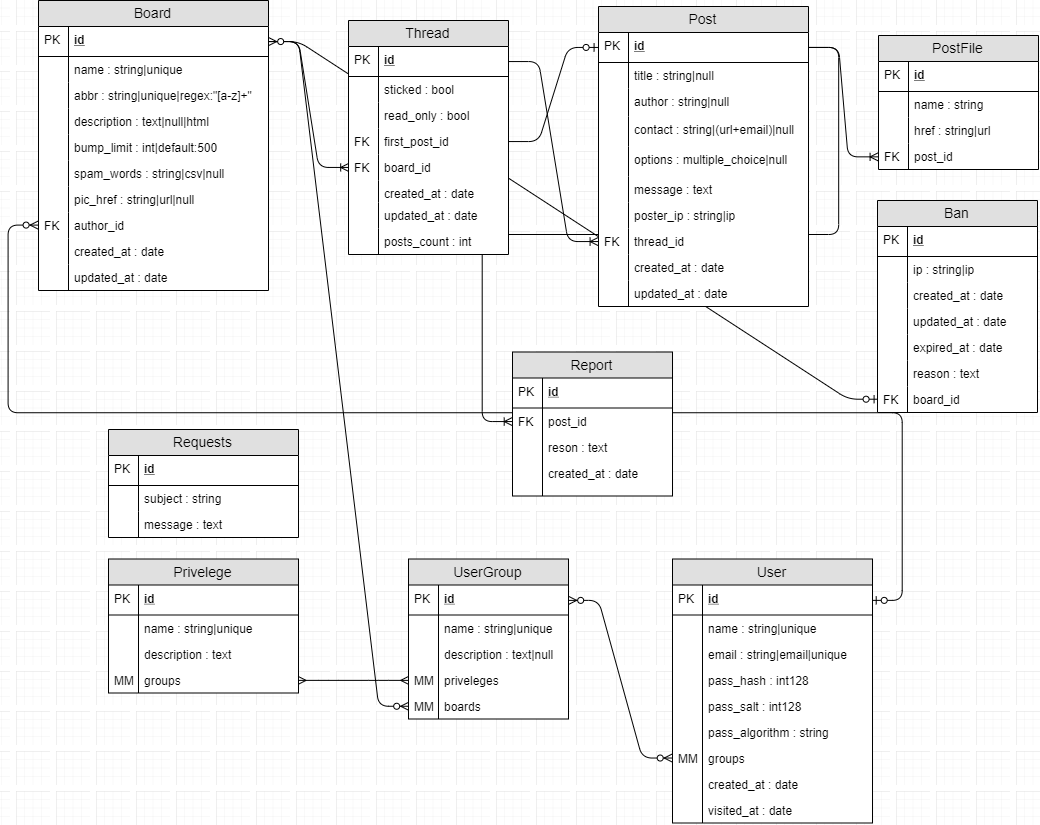
Above: Imageboard-models.png in Lebed-kun/imageboard (draw.io), before the change. Source tidied: cells renumbered, new cells last; positions are measured from the earlier drawing's top-left corner, leaving out a move shared by most shapes.
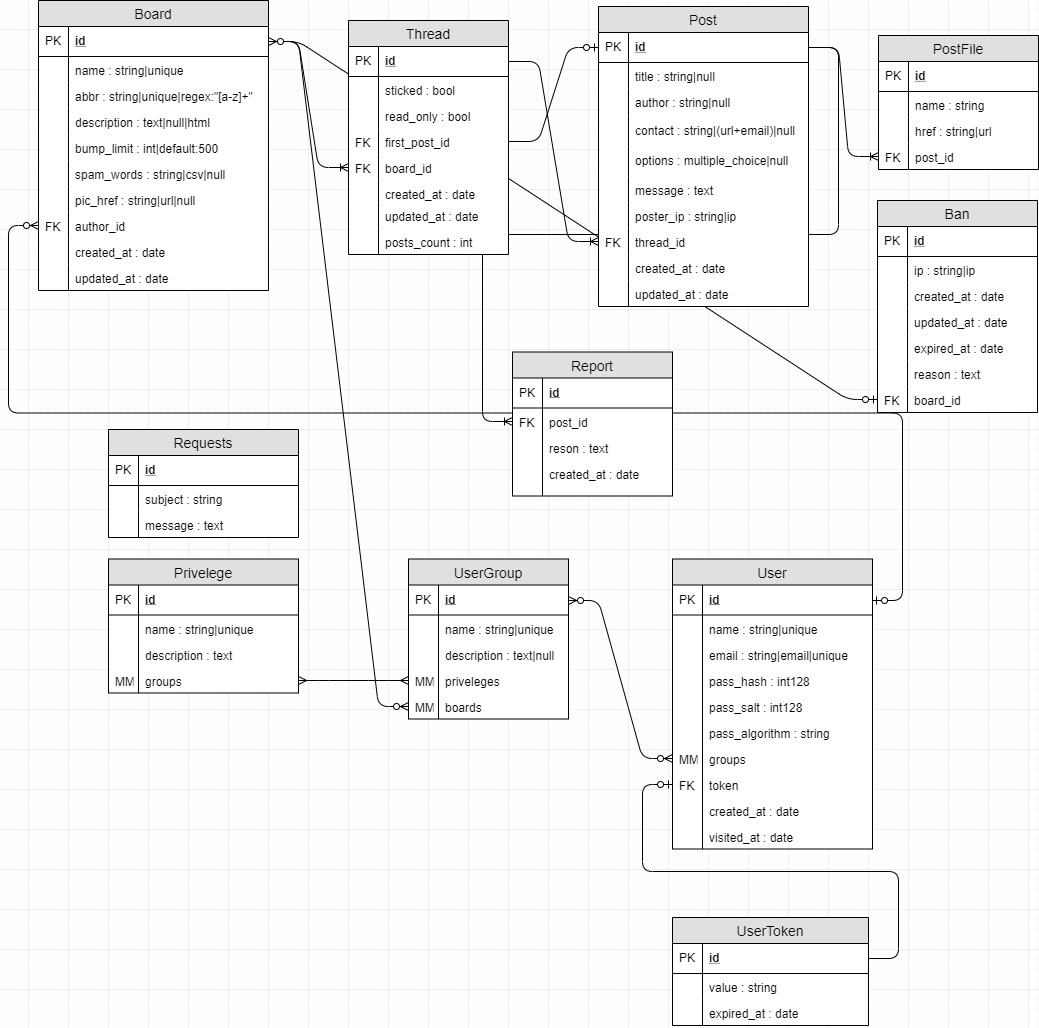
The same file after the commit.

Commit message:
Change models schema

What changed in the source:
```diff
@@ -222,7 +222,7 @@
       <mxGeometry relative="1" as="geometry" />
     </mxCell>
     <mxCell id="75" value="User" style="swimlane;fontStyle=0;horizontal=1;startSize=26;fillColor=#e0e0e0;swimlaneFillColor=#ffffff;align=center;fontSize=14;" parent="1" vertex="1">
-      <mxGeometry x="634" y="558.5" width="200" height="264" as="geometry" />
+      <mxGeometry x="634" y="558.5" width="200" height="290" as="geometry" />
     </mxCell>
     <mxCell id="76" value="id" style="shape=partialRectangle;top=0;left=0;right=0;bottom=1;align=left;verticalAlign=middle;fillColor=none;spacingLeft=34;spacingRight=4;overflow=hidden;points=[[0,0.5],[1,0.5]];portConstraint=eastwest;fontStyle=5;fontSize=12;" parent="75" vertex="1">
       <mxGeometry y="26" width="200" height="30" as="geometry" />
@@ -266,14 +266,20 @@
     <mxCell id="89" value="MM" style="shape=partialRectangle;top=0;left=0;bottom=0;fillColor=none;align=left;verticalAlign=top;spacingLeft=4;spacingRight=4;overflow=hidden;fontSize=12;" parent="88" vertex="1">
       <mxGeometry width="30" height="26" as="geometry" />
     </mxCell>
+    <mxCell id="152" value="token" style="shape=partialRectangle;top=0;left=0;right=0;bottom=0;align=left;verticalAlign=top;fillColor=none;spacingLeft=34;spacingRight=4;overflow=hidden;points=[[0,0.5],[1,0.5]];portConstraint=eastwest;fontSize=12;" parent="75" vertex="1">
+      <mxGeometry y="212" width="200" height="26" as="geometry" />
+    </mxCell>
+    <mxCell id="153" value="FK" style="shape=partialRectangle;top=0;left=0;bottom=0;fillColor=none;align=left;verticalAlign=top;spacingLeft=4;spacingRight=4;overflow=hidden;fontSize=12;" parent="152" vertex="1">
+      <mxGeometry width="30" height="26" as="geometry" />
+    </mxCell>
     <mxCell id="90" value="created_at : date" style="shape=partialRectangle;top=0;left=0;right=0;bottom=0;align=left;verticalAlign=top;fillColor=none;spacingLeft=34;spacingRight=4;overflow=hidden;fontSize=12;" parent="75" vertex="1">
-      <mxGeometry y="212" width="200" height="26" as="geometry" />
+      <mxGeometry y="238" width="200" height="26" as="geometry" />
     </mxCell>
     <mxCell id="91" style="shape=partialRectangle;top=0;left=0;bottom=0;fillColor=none;align=left;verticalAlign=top;spacingLeft=4;spacingRight=4;overflow=hidden;fontSize=12;" parent="90" vertex="1">
       <mxGeometry width="30" height="26" as="geometry" />
     </mxCell>
     <mxCell id="92" value="visited_at : date" style="shape=partialRectangle;top=0;left=0;right=0;bottom=0;align=left;verticalAlign=top;fillColor=none;spacingLeft=34;spacingRight=4;overflow=hidden;fontSize=12;" parent="75" vertex="1">
-      <mxGeometry y="238" width="200" height="26" as="geometry" />
+      <mxGeometry y="264" width="200" height="26" as="geometry" />
     </mxCell>
     <mxCell id="93" style="shape=partialRectangle;top=0;left=0;bottom=0;fillColor=none;align=left;verticalAlign=top;spacingLeft=4;spacingRight=4;overflow=hidden;fontSize=12;" parent="92" vertex="1">
       <mxGeometry width="30" height="26" as="geometry" />
@@ -452,5 +458,29 @@
     <mxCell id="151" style="shape=partialRectangle;top=0;left=0;bottom=0;fillColor=none;align=left;verticalAlign=top;spacingLeft=4;spacingRight=4;overflow=hidden;fontSize=12;" parent="150" vertex="1">
       <mxGeometry width="30" height="26" as="geometry" />
     </mxCell>
+    <mxCell id="154" value="UserToken" style="swimlane;fontStyle=0;horizontal=1;startSize=26;fillColor=#e0e0e0;swimlaneFillColor=#ffffff;align=center;fontSize=14;" parent="1" vertex="1">
+      <mxGeometry x="634" y="917" width="196" height="108" as="geometry" />
+    </mxCell>
+    <mxCell id="155" value="id" style="shape=partialRectangle;top=0;left=0;right=0;bottom=1;align=left;verticalAlign=middle;fillColor=none;spacingLeft=34;spacingRight=4;overflow=hidden;points=[[0,0.5],[1,0.5]];portConstraint=eastwest;fontStyle=5;fontSize=12;" parent="154" vertex="1">
+      <mxGeometry y="26" width="196" height="30" as="geometry" />
+    </mxCell>
+    <mxCell id="156" value="PK" style="shape=partialRectangle;top=0;left=0;bottom=0;fillColor=none;align=left;verticalAlign=middle;spacingLeft=4;spacingRight=4;overflow=hidden;fontSize=12;" parent="155" vertex="1">
+      <mxGeometry width="30" height="30" as="geometry" />
+    </mxCell>
+    <mxCell id="157" value="value : string" style="shape=partialRectangle;top=0;left=0;right=0;bottom=0;align=left;verticalAlign=top;fillColor=none;spacingLeft=34;spacingRight=4;overflow=hidden;fontSize=12;" parent="154" vertex="1">
+      <mxGeometry y="56" width="196" height="26" as="geometry" />
+    </mxCell>
+    <mxCell id="158" style="shape=partialRectangle;top=0;left=0;bottom=0;fillColor=none;align=left;verticalAlign=top;spacingLeft=4;spacingRight=4;overflow=hidden;fontSize=12;" parent="157" vertex="1">
+      <mxGeometry width="30" height="26" as="geometry" />
+    </mxCell>
+    <mxCell id="159" value="expired_at : date" style="shape=partialRectangle;top=0;left=0;right=0;bottom=0;align=left;verticalAlign=top;fillColor=none;spacingLeft=34;spacingRight=4;overflow=hidden;fontSize=12;" parent="154" vertex="1">
+      <mxGeometry y="82" width="196" height="26" as="geometry" />
+    </mxCell>
+    <mxCell id="160" style="shape=partialRectangle;top=0;left=0;bottom=0;fillColor=none;align=left;verticalAlign=top;spacingLeft=4;spacingRight=4;overflow=hidden;fontSize=12;" parent="159" vertex="1">
+      <mxGeometry width="30" height="26" as="geometry" />
+    </mxCell>
+    <mxCell id="161" style="edgeStyle=entityRelationEdgeStyle;fontSize=12;html=1;endArrow=ERzeroToOne;endFill=1;exitX=1;exitY=0.5;exitDx=0;exitDy=0;entryX=0;entryY=0.5;entryDx=0;entryDy=0;" parent="1" edge="1" source="155" target="152">
+      <mxGeometry relative="1" as="geometry" />
+    </mxCell>
   </root>
 </mxGraphModel>
```
